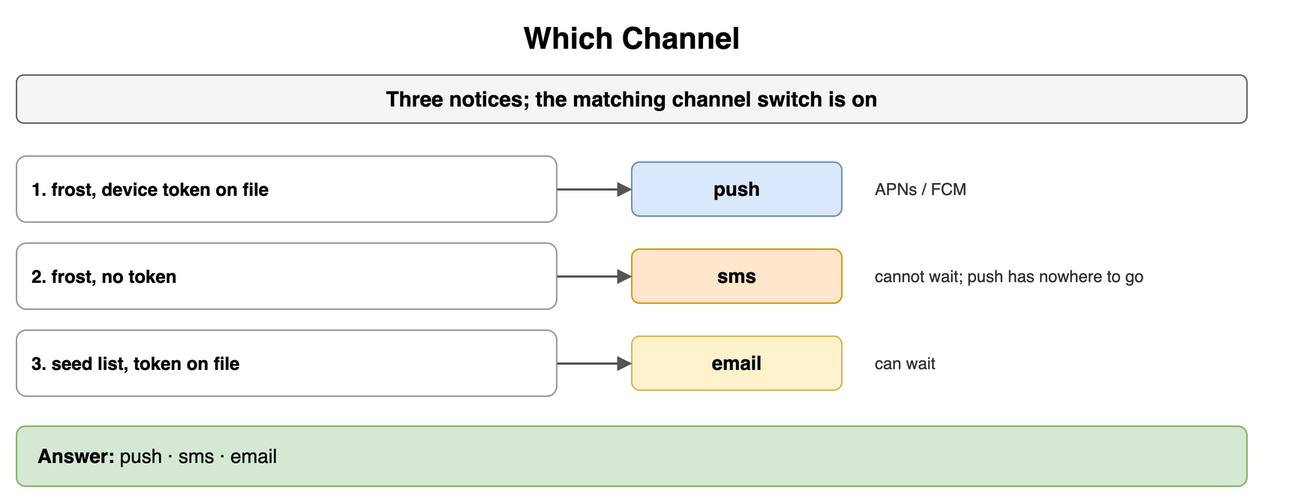
The draw.io diagram content/09_System_Design_Interview/21_Real_Time_and_Notification_Systems/diagrams/notifications-drills-1-which-channel.png in amendez13/swe-study-guide, before a commit. Source tidied: cells renumbered, new cells last; positions are measured from the earlier drawing's top-left corner, leaving out a move shared by most shapes.
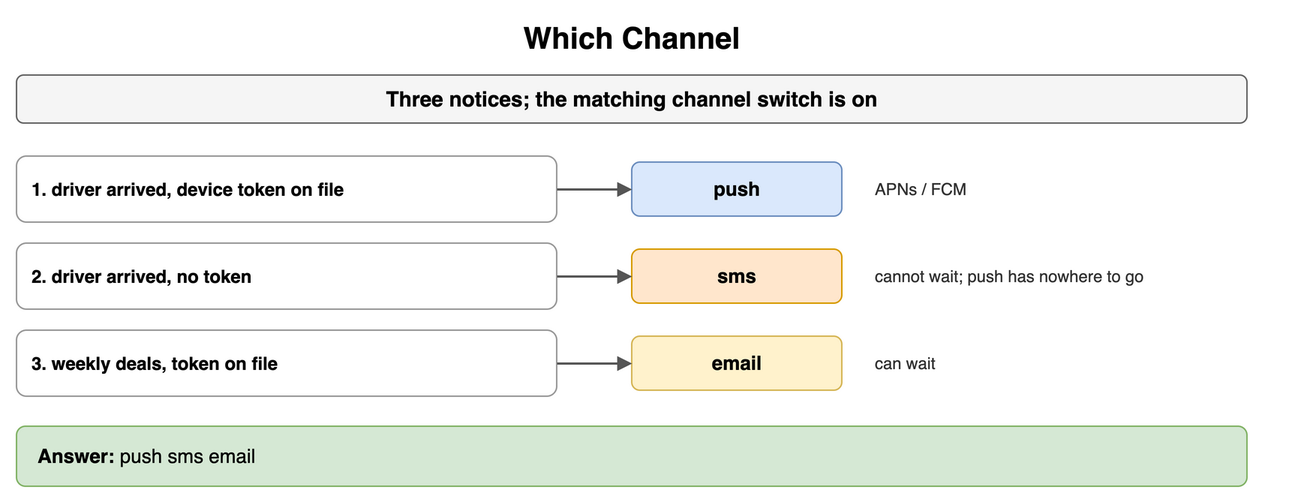
The same file after the commit.

The edit, as a diff of the source:
```diff
@@ -8,7 +8,7 @@
     <mxCell id="3" value="Three notices; the matching channel switch is on" style="rounded=1;whiteSpace=wrap;html=1;fillColor=#f5f5f5;strokeColor=#666666;fontStyle=1;fontSize=14;" parent="1" vertex="1">
       <mxGeometry y="40" width="820" height="32" as="geometry" />
     </mxCell>
-    <mxCell id="4" value="1. frost, device token on file" style="rounded=1;whiteSpace=wrap;html=1;fillColor=#ffffff;strokeColor=#999999;fontSize=12;align=left;fontStyle=1;spacingLeft=8;" parent="1" vertex="1">
+    <mxCell id="4" value="1. driver arrived, device token on file" style="rounded=1;whiteSpace=wrap;html=1;fillColor=#ffffff;strokeColor=#999999;fontSize=12;align=left;fontStyle=1;spacingLeft=8;" parent="1" vertex="1">
       <mxGeometry y="94" width="360" height="44" as="geometry" />
     </mxCell>
     <mxCell id="5" value="push" style="rounded=1;whiteSpace=wrap;html=1;fillColor=#dae8fc;strokeColor=#6c8ebf;fontSize=13;align=center;fontStyle=1;" parent="1" vertex="1">
@@ -20,7 +20,7 @@
     <mxCell id="7" value="APNs / FCM" style="text;html=1;whiteSpace=wrap;fontSize=11;align=left;verticalAlign=middle;fontSize=11;fontColor=#333333;" parent="1" vertex="1">
       <mxGeometry x="570" y="94" width="290" height="44" as="geometry" />
     </mxCell>
-    <mxCell id="8" value="2. frost, no token" style="rounded=1;whiteSpace=wrap;html=1;fillColor=#ffffff;strokeColor=#999999;fontSize=12;align=left;fontStyle=1;spacingLeft=8;" parent="1" vertex="1">
+    <mxCell id="8" value="2. driver arrived, no token" style="rounded=1;whiteSpace=wrap;html=1;fillColor=#ffffff;strokeColor=#999999;fontSize=12;align=left;fontStyle=1;spacingLeft=8;" parent="1" vertex="1">
       <mxGeometry y="152" width="360" height="44" as="geometry" />
     </mxCell>
     <mxCell id="9" value="sms" style="rounded=1;whiteSpace=wrap;html=1;fillColor=#ffe6cc;strokeColor=#d79b00;fontSize=13;align=center;fontStyle=1;" parent="1" vertex="1">
@@ -32,7 +32,7 @@
     <mxCell id="11" value="cannot wait; push has nowhere to go" style="text;html=1;whiteSpace=wrap;fontSize=11;align=left;verticalAlign=middle;fontSize=11;fontColor=#333333;" parent="1" vertex="1">
       <mxGeometry x="570" y="152" width="290" height="44" as="geometry" />
     </mxCell>
-    <mxCell id="12" value="3. seed list, token on file" style="rounded=1;whiteSpace=wrap;html=1;fillColor=#ffffff;strokeColor=#999999;fontSize=12;align=left;fontStyle=1;spacingLeft=8;" parent="1" vertex="1">
+    <mxCell id="12" value="3. weekly deals, token on file" style="rounded=1;whiteSpace=wrap;html=1;fillColor=#ffffff;strokeColor=#999999;fontSize=12;align=left;fontStyle=1;spacingLeft=8;" parent="1" vertex="1">
       <mxGeometry y="210" width="360" height="44" as="geometry" />
     </mxCell>
     <mxCell id="13" value="email" style="rounded=1;whiteSpace=wrap;html=1;fillColor=#fff2cc;strokeColor=#d6b656;fontSize=13;align=center;fontStyle=1;" parent="1" vertex="1">
@@ -44,7 +44,7 @@
     <mxCell id="15" value="can wait" style="text;html=1;whiteSpace=wrap;fontSize=11;align=left;verticalAlign=middle;fontSize=11;fontColor=#333333;" parent="1" vertex="1">
       <mxGeometry x="570" y="210" width="290" height="44" as="geometry" />
     </mxCell>
-    <mxCell id="16" value="&lt;b&gt;Answer:&lt;/b&gt; push · sms · email" style="rounded=1;whiteSpace=wrap;html=1;fillColor=#d5e8d4;strokeColor=#82b366;fontSize=13;align=left;spacingLeft=12;" parent="1" vertex="1">
+    <mxCell id="16" value="&lt;b&gt;Answer:&lt;/b&gt; push sms email" style="rounded=1;whiteSpace=wrap;html=1;fillColor=#d5e8d4;strokeColor=#82b366;fontSize=13;align=left;spacingLeft=12;" parent="1" vertex="1">
       <mxGeometry y="274" width="820" height="40" as="geometry" />
     </mxCell>
   </root>
```
